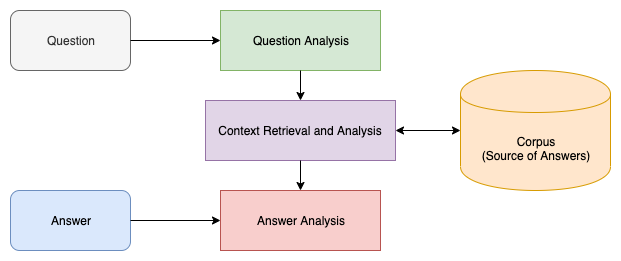
Earlier version of the draw.io export qa.png (scionoftech/Question_Answering_System). Source tidied: cells renumbered, new cells last; positions are measured from the earlier drawing's top-left corner, leaving out a move shared by most shapes. Source of this version:
```xml
<mxGraphModel>
  <root>
    <mxCell id="0" />
    <mxCell id="1" parent="0" />
    <mxCell id="2" value="Question" style="rounded=1;whiteSpace=wrap;html=1;fillColor=#f5f5f5;strokeColor=#666666;fontColor=#333333;" parent="1" vertex="1">
      <mxGeometry width="120" height="60" as="geometry" />
    </mxCell>
    <mxCell id="3" value="Corpus&lt;br&gt;(Source of Answers)" style="shape=cylinder;whiteSpace=wrap;html=1;boundedLbl=1;backgroundOutline=1;fillColor=#ffe6cc;strokeColor=#d79b00;" parent="1" vertex="1">
      <mxGeometry x="450" y="60" width="150" height="120" as="geometry" />
    </mxCell>
    <mxCell id="4" value="Question Analysis" style="rounded=0;whiteSpace=wrap;html=1;fillColor=#d5e8d4;strokeColor=#82b366;" parent="1" vertex="1">
      <mxGeometry x="210" width="160" height="60" as="geometry" />
    </mxCell>
    <mxCell id="5" value="Context Retrieval and Analysis" style="rounded=0;whiteSpace=wrap;html=1;fillColor=#e1d5e7;strokeColor=#9673a6;" parent="1" vertex="1">
      <mxGeometry x="195" y="90" width="190" height="60" as="geometry" />
    </mxCell>
    <mxCell id="6" value="Answer Analysis" style="rounded=0;whiteSpace=wrap;html=1;fillColor=#f8cecc;strokeColor=#b85450;" parent="1" vertex="1">
      <mxGeometry x="210" y="180" width="160" height="60" as="geometry" />
    </mxCell>
    <mxCell id="7" value="Answer" style="rounded=1;whiteSpace=wrap;html=1;fillColor=#dae8fc;strokeColor=#6c8ebf;" parent="1" vertex="1">
      <mxGeometry y="180" width="120" height="60" as="geometry" />
    </mxCell>
    <mxCell id="8" style="endArrow=classic;html=1;exitX=1;exitY=0.5;exitDx=0;exitDy=0;entryX=0;entryY=0.5;entryDx=0;entryDy=0;" parent="1" edge="1" source="2" target="4">
      <mxGeometry relative="1" as="geometry" />
    </mxCell>
    <mxCell id="9" style="endArrow=classic;html=1;exitX=1;exitY=0.5;exitDx=0;exitDy=0;entryX=0;entryY=0.5;entryDx=0;entryDy=0;" parent="1" edge="1" source="7" target="6">
      <mxGeometry relative="1" as="geometry" />
    </mxCell>
    <mxCell id="10" style="endArrow=classic;html=1;exitX=0.5;exitY=1;exitDx=0;exitDy=0;entryX=0.5;entryY=0;entryDx=0;entryDy=0;" parent="1" edge="1" source="4" target="5">
      <mxGeometry relative="1" as="geometry" />
    </mxCell>
    <mxCell id="11" style="endArrow=classic;html=1;exitX=0.5;exitY=1;exitDx=0;exitDy=0;" parent="1" edge="1" source="5" target="6">
      <mxGeometry relative="1" as="geometry" />
    </mxCell>
    <mxCell id="12" style="endArrow=classic;startArrow=classic;html=1;exitX=1;exitY=0.5;exitDx=0;exitDy=0;entryX=0;entryY=0.5;entryDx=0;entryDy=0;" parent="1" edge="1" source="5" target="3">
      <mxGeometry relative="1" as="geometry" />
    </mxCell>
  </root>
</mxGraphModel>
```
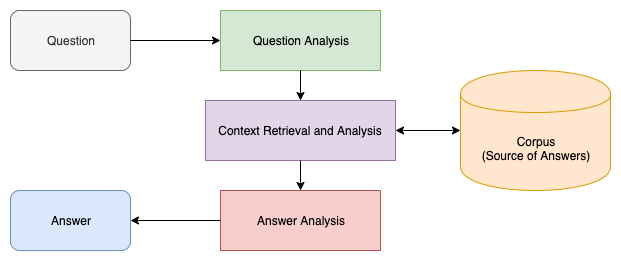
After the commit.

Change to the diagram source:
```diff
@@ -23,9 +23,6 @@
     <mxCell id="8" style="endArrow=classic;html=1;exitX=1;exitY=0.5;exitDx=0;exitDy=0;entryX=0;entryY=0.5;entryDx=0;entryDy=0;" parent="1" edge="1" source="2" target="4">
       <mxGeometry relative="1" as="geometry" />
     </mxCell>
-    <mxCell id="9" style="endArrow=classic;html=1;exitX=1;exitY=0.5;exitDx=0;exitDy=0;entryX=0;entryY=0.5;entryDx=0;entryDy=0;" parent="1" edge="1" source="7" target="6">
-      <mxGeometry relative="1" as="geometry" />
-    </mxCell>
     <mxCell id="10" style="endArrow=classic;html=1;exitX=0.5;exitY=1;exitDx=0;exitDy=0;entryX=0.5;entryY=0;entryDx=0;entryDy=0;" parent="1" edge="1" source="4" target="5">
       <mxGeometry relative="1" as="geometry" />
     </mxCell>
@@ -35,5 +32,8 @@
     <mxCell id="12" style="endArrow=classic;startArrow=classic;html=1;exitX=1;exitY=0.5;exitDx=0;exitDy=0;entryX=0;entryY=0.5;entryDx=0;entryDy=0;" parent="1" edge="1" source="5" target="3">
       <mxGeometry relative="1" as="geometry" />
     </mxCell>
+    <mxCell id="13" style="endArrow=classic;html=1;entryX=1;entryY=0.5;entryDx=0;entryDy=0;exitX=0;exitY=0.5;exitDx=0;exitDy=0;" parent="1" edge="1" source="6" target="7">
+      <mxGeometry relative="1" as="geometry" />
+    </mxCell>
   </root>
 </mxGraphModel>
```
